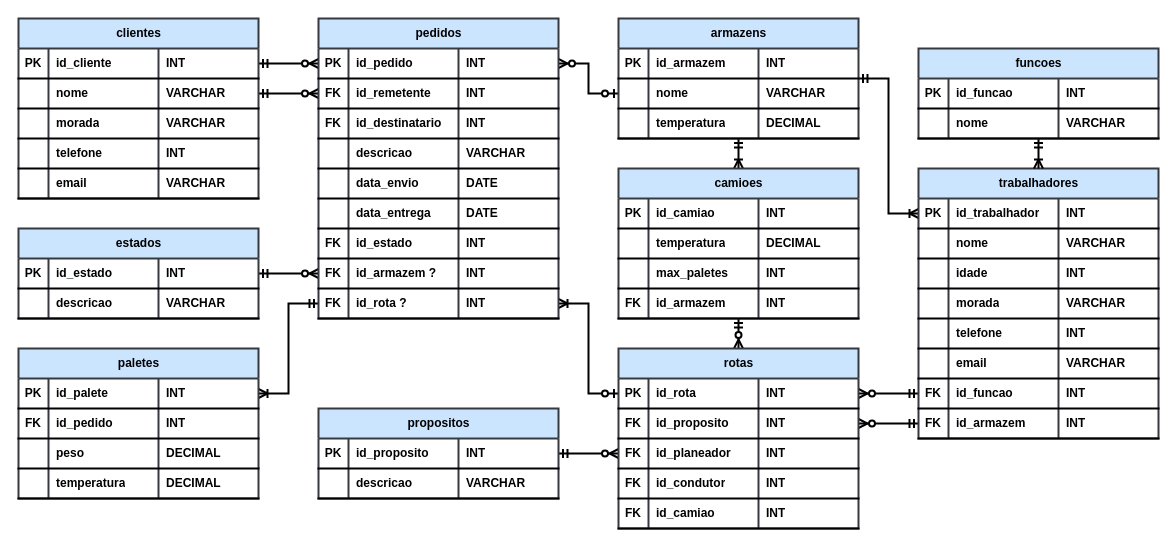
This is page "Diagrama ER (Crow's Foot)" (3 of 3) of Diagramas/diagramas.drawio from VicLourenco40/dwdm-sql-logistica, a draw.io file, before an edit. Source tidied: cells renumbered, new cells numbered last; positions are measured from the earlier drawing's top-left corner, leaving out a move shared by most shapes. Both pictures are drawn from the tidied source at 100%, with x=0, y=0 at pixel (18, 18).
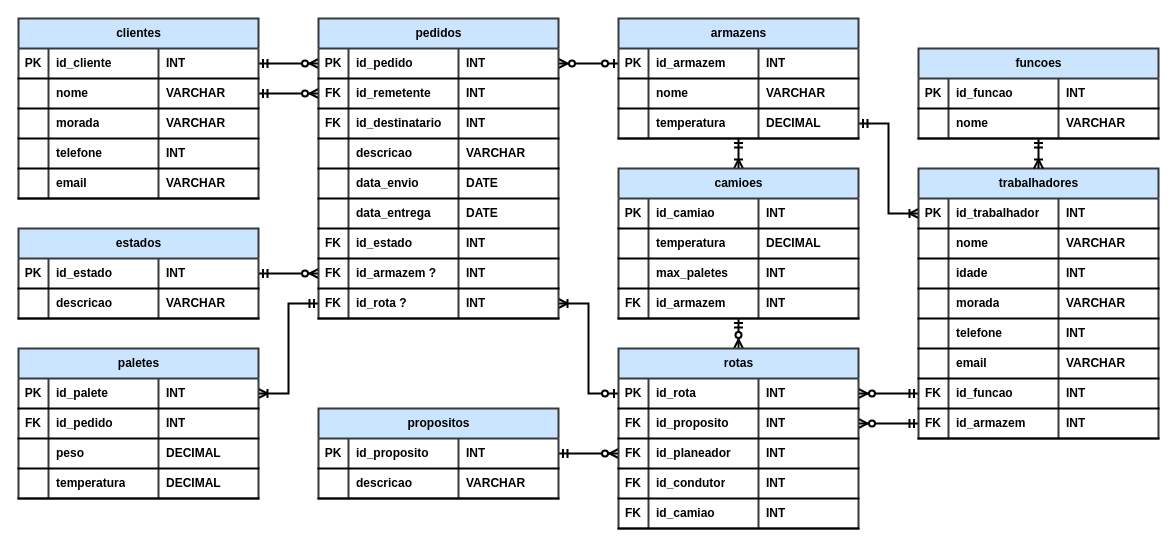
The same diagram, later.

Unchanged cells that the change refers to:
```xml
<mxCell id="14" value="armazens" style="shape=table;startSize=30;childLayout=tableLayout;rowLines=0;fontStyle=1;align=center;html=1;strokeWidth=2;labelBackgroundColor=none;swimlaneFillColor=default;fillColor=#cce5ff;strokeColor=#36393d;" parent="1" vertex="1">
  <mxGeometry x="600" width="240" height="120" as="geometry" />
</mxCell>
<mxCell id="15" style="shape=tableRow;horizontal=0;startSize=0;swimlaneHead=0;swimlaneBody=0;fillColor=none;points=[[0,0.5],[1,0.5]];portConstraint=eastwest;top=0;left=0;right=0;bottom=1;fontStyle=1;strokeWidth=2;labelBackgroundColor=none;" parent="14" vertex="1">
  <mxGeometry y="30" width="240" height="30" as="geometry" />
</mxCell>
<mxCell id="19" style="shape=tableRow;horizontal=0;startSize=0;swimlaneHead=0;swimlaneBody=0;fillColor=none;points=[[0,0.5],[1,0.5]];portConstraint=eastwest;top=0;left=0;right=0;bottom=1;fontStyle=1;strokeWidth=2;labelBackgroundColor=none;" parent="14" vertex="1">
  <mxGeometry y="60" width="240" height="30" as="geometry" />
</mxCell>
<mxCell id="23" style="shape=tableRow;horizontal=0;startSize=0;swimlaneHead=0;swimlaneBody=0;fillColor=none;points=[[0,0.5],[1,0.5]];portConstraint=eastwest;top=0;left=0;right=0;bottom=1;fontStyle=1;strokeWidth=2;labelBackgroundColor=none;" parent="14" vertex="1">
  <mxGeometry y="90" width="240" height="30" as="geometry" />
</mxCell>
<mxCell id="28" style="shape=tableRow;horizontal=0;startSize=0;swimlaneHead=0;swimlaneBody=0;fillColor=none;points=[[0,0.5],[1,0.5]];portConstraint=eastwest;top=0;left=0;right=0;bottom=1;fontStyle=1;strokeWidth=2;labelBackgroundColor=none;" parent="27" vertex="1">
  <mxGeometry y="30" width="240" height="30" as="geometry" />
</mxCell>
<mxCell id="82" style="shape=tableRow;horizontal=0;startSize=0;swimlaneHead=0;swimlaneBody=0;fillColor=none;points=[[0,0.5],[1,0.5]];portConstraint=eastwest;top=0;left=0;right=0;bottom=1;fontStyle=1;strokeWidth=2;labelBackgroundColor=none;" parent="81" vertex="1">
  <mxGeometry y="30" width="240" height="30" as="geometry" />
</mxCell>
```

The edit, as a diff of the source:
```diff
@@
-    <mxCell id="5" style="fontSize=12;html=1;endArrow=ERoneToMany;startArrow=ERmandOne;rounded=0;edgeStyle=elbowEdgeStyle;entryX=0;entryY=0.5;entryDx=0;entryDy=0;fontStyle=1;strokeWidth=2;labelBackgroundColor=none;fontColor=default;" parent="1" edge="1" source="14" target="82">
+    <mxCell id="5" style="fontSize=12;html=1;endArrow=ERoneToMany;startArrow=ERmandOne;rounded=0;edgeStyle=elbowEdgeStyle;entryX=0;entryY=0.5;entryDx=0;entryDy=0;fontStyle=1;strokeWidth=2;labelBackgroundColor=none;fontColor=default;exitX=1;exitY=0.5;exitDx=0;exitDy=0;" parent="1" edge="1" source="23" target="82">
       <mxGeometry relative="1" as="geometry" />
     </mxCell>
@@
-    <mxCell id="13" style="edgeStyle=entityRelationEdgeStyle;fontSize=12;html=1;endArrow=ERzeroToMany;startArrow=ERzeroToOne;rounded=0;exitX=0;exitY=0.5;exitDx=0;exitDy=0;entryX=1;entryY=0.5;entryDx=0;entryDy=0;fontStyle=1;strokeWidth=2;labelBackgroundColor=none;fontColor=default;" parent="1" edge="1" source="19" target="28">
+    <mxCell id="13" style="edgeStyle=entityRelationEdgeStyle;fontSize=12;html=1;endArrow=ERzeroToMany;startArrow=ERzeroToOne;rounded=0;exitX=0;exitY=0.5;exitDx=0;exitDy=0;entryX=1;entryY=0.5;entryDx=0;entryDy=0;fontStyle=1;strokeWidth=2;labelBackgroundColor=none;fontColor=default;" parent="1" edge="1" source="15" target="28">
       <mxGeometry relative="1" as="geometry" />
     </mxCell>
```
